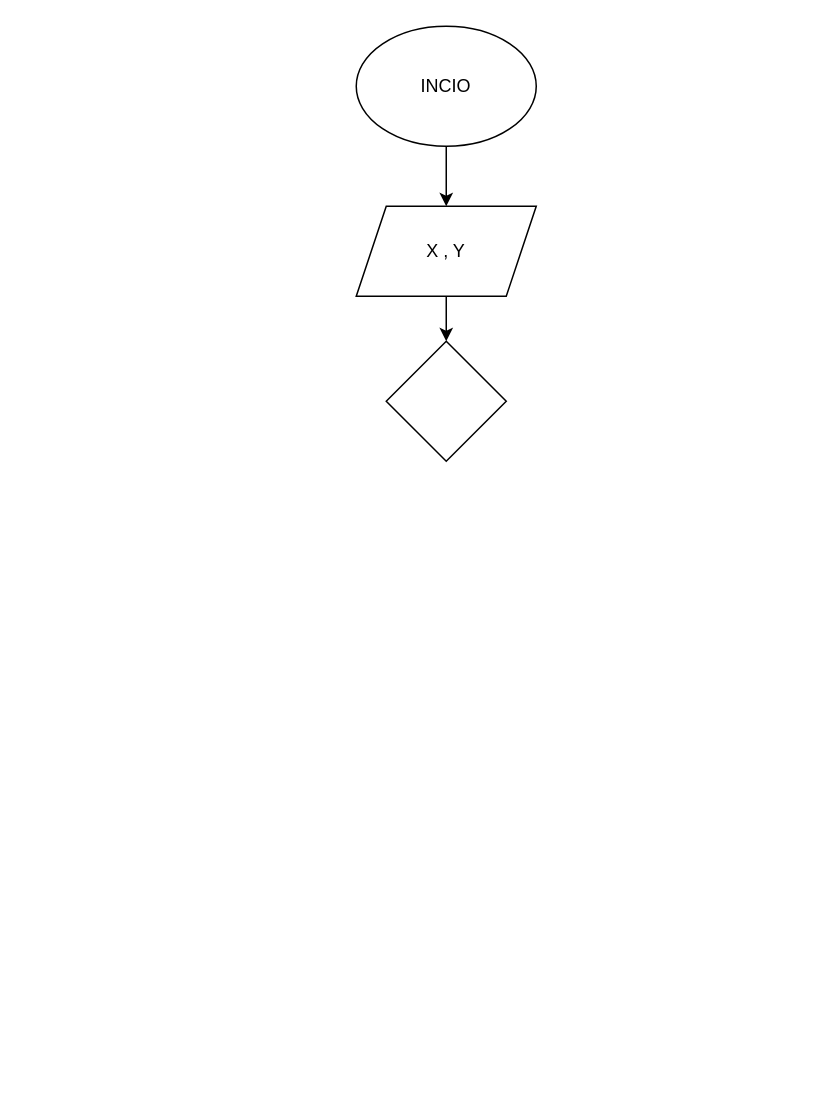
This is Prestamo_Bancario_N.2/diagrama.drawio from SebasF10/Trabajo_Estructura_Condicionales, a draw.io file, before an edit. Source tidied: cells renumbered, new cells numbered last; positions are measured from the earlier drawing's top-left corner, leaving out a move shared by most shapes. Both pictures are drawn from the tidied source at 150%, with x=0, y=0 at pixel (356, 26).
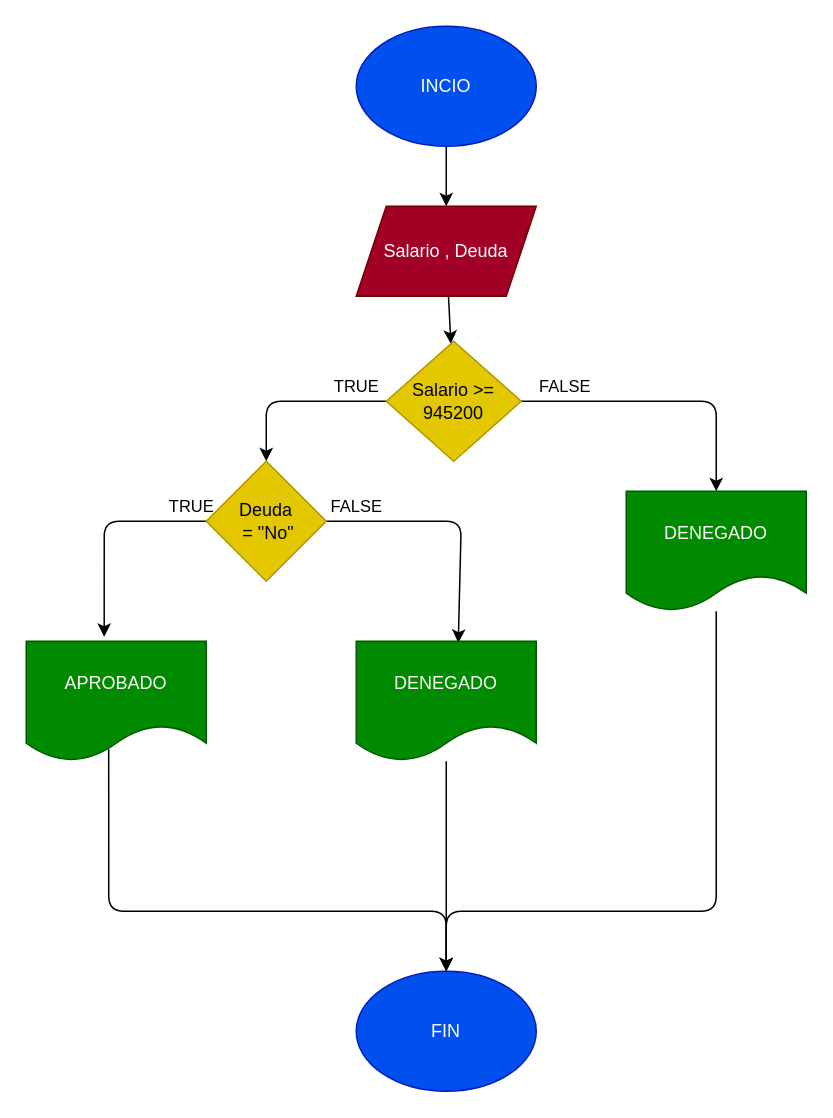
After the change.

The edit, as a diff of the source:
```diff
@@
-    <mxCell id="3" value="INCIO" style="ellipse;whiteSpace=wrap;html=1;" parent="1" vertex="1">
+    <mxCell id="3" value="INCIO" style="ellipse;whiteSpace=wrap;html=1;fillColor=#0050ef;fontColor=#ffffff;strokeColor=#001DBC;" parent="1" vertex="1">
       <mxGeometry width="120" height="80" as="geometry" />
     </mxCell>
@@
-    <mxCell id="5" value="X , Y" style="shape=parallelogram;perimeter=parallelogramPerimeter;whiteSpace=wrap;html=1;fixedSize=1;" parent="1" vertex="1">
+    <mxCell id="5" value="Salario , Deuda" style="shape=parallelogram;perimeter=parallelogramPerimeter;whiteSpace=wrap;html=1;fixedSize=1;fillColor=#a20025;fontColor=#ffffff;strokeColor=#6F0000;" parent="1" vertex="1">
       <mxGeometry y="120" width="120" height="60" as="geometry" />
     </mxCell>
+    <mxCell id="7" value="TRUE" style="edgeStyle=none;html=1;entryX=0.5;entryY=0;entryDx=0;entryDy=0;" parent="1" edge="1" source="6" target="12">
+      <mxGeometry x="-0.67" y="-10" relative="1" as="geometry">
+        <Array as="points">
+          <mxPoint x="-60" y="250" />
+        </Array>
+      </mxGeometry>
+    </mxCell>
+    <mxCell id="8" value="FALSE" style="edgeStyle=none;html=1;entryX=0.5;entryY=0;entryDx=0;entryDy=0;" parent="1" edge="1" source="6" target="14">
+      <mxGeometry x="-0.7" y="10" relative="1" as="geometry">
+        <Array as="points">
+          <mxPoint x="240" y="250" />
+        </Array>
+      </mxGeometry>
+    </mxCell>
-    <mxCell id="6" style="rhombus;whiteSpace=wrap;html=1;" parent="1" vertex="1">
-      <mxGeometry x="20" y="210" width="80" height="80" as="geometry" />
+    <mxCell id="6" value="Salario &amp;gt;=&lt;br&gt;945200" style="rhombus;whiteSpace=wrap;html=1;fillColor=#e3c800;fontColor=#000000;strokeColor=#B09500;" parent="1" vertex="1">
+      <mxGeometry x="20" y="210" width="90" height="80" as="geometry" />
     </mxCell>
+    <mxCell id="9" value="FIN" style="ellipse;whiteSpace=wrap;html=1;fillColor=#0050ef;fontColor=#ffffff;strokeColor=#001DBC;" parent="1" vertex="1">
+      <mxGeometry y="630" width="120" height="80" as="geometry" />
+    </mxCell>
+    <mxCell id="10" value="FALSE" style="edgeStyle=none;html=1;entryX=0.567;entryY=0.013;entryDx=0;entryDy=0;entryPerimeter=0;" parent="1" edge="1" source="12" target="16">
+      <mxGeometry x="-0.77" y="10" relative="1" as="geometry">
+        <Array as="points">
+          <mxPoint x="70" y="330" />
+        </Array>
+      </mxGeometry>
+    </mxCell>
+    <mxCell id="11" value="TRUE" style="edgeStyle=none;html=1;entryX=0.433;entryY=-0.037;entryDx=0;entryDy=0;entryPerimeter=0;" parent="1" edge="1" source="12" target="18">
+      <mxGeometry x="-0.86" y="-10" relative="1" as="geometry">
+        <Array as="points">
+          <mxPoint x="-168" y="330" />
+        </Array>
+      </mxGeometry>
+    </mxCell>
+    <mxCell id="12" value="Deuda&lt;br&gt;&amp;nbsp;= &quot;No&quot;" style="rhombus;whiteSpace=wrap;html=1;fillColor=#e3c800;fontColor=#000000;strokeColor=#B09500;" parent="1" vertex="1">
+      <mxGeometry x="-100" y="290" width="80" height="80" as="geometry" />
+    </mxCell>
+    <mxCell id="13" style="edgeStyle=none;html=1;entryX=0.5;entryY=0;entryDx=0;entryDy=0;" parent="1" edge="1" source="14" target="9">
+      <mxGeometry relative="1" as="geometry">
+        <Array as="points">
+          <mxPoint x="240" y="590" />
+          <mxPoint x="60" y="590" />
+        </Array>
+      </mxGeometry>
+    </mxCell>
+    <mxCell id="14" value="DENEGADO" style="shape=document;whiteSpace=wrap;html=1;boundedLbl=1;fillColor=#008a00;fontColor=#ffffff;strokeColor=#005700;" parent="1" vertex="1">
+      <mxGeometry x="180" y="310" width="120" height="80" as="geometry" />
+    </mxCell>
+    <mxCell id="15" style="edgeStyle=none;html=1;" parent="1" edge="1" source="16" target="9">
+      <mxGeometry relative="1" as="geometry" />
+    </mxCell>
+    <mxCell id="16" value="DENEGADO" style="shape=document;whiteSpace=wrap;html=1;boundedLbl=1;fillColor=#008a00;fontColor=#ffffff;strokeColor=#005700;" parent="1" vertex="1">
+      <mxGeometry y="410" width="120" height="80" as="geometry" />
+    </mxCell>
+    <mxCell id="17" style="edgeStyle=none;html=1;exitX=0.458;exitY=0.9;exitDx=0;exitDy=0;exitPerimeter=0;" parent="1" edge="1" source="18">
+      <mxGeometry relative="1" as="geometry">
+        <mxPoint x="60" y="630" as="targetPoint" />
+        <Array as="points">
+          <mxPoint x="-165" y="590" />
+          <mxPoint x="60" y="590" />
+        </Array>
+      </mxGeometry>
+    </mxCell>
+    <mxCell id="18" value="APROBADO" style="shape=document;whiteSpace=wrap;html=1;boundedLbl=1;fillColor=#008a00;fontColor=#ffffff;strokeColor=#005700;" parent="1" vertex="1">
+      <mxGeometry x="-220" y="410" width="120" height="80" as="geometry" />
+    </mxCell>
```
